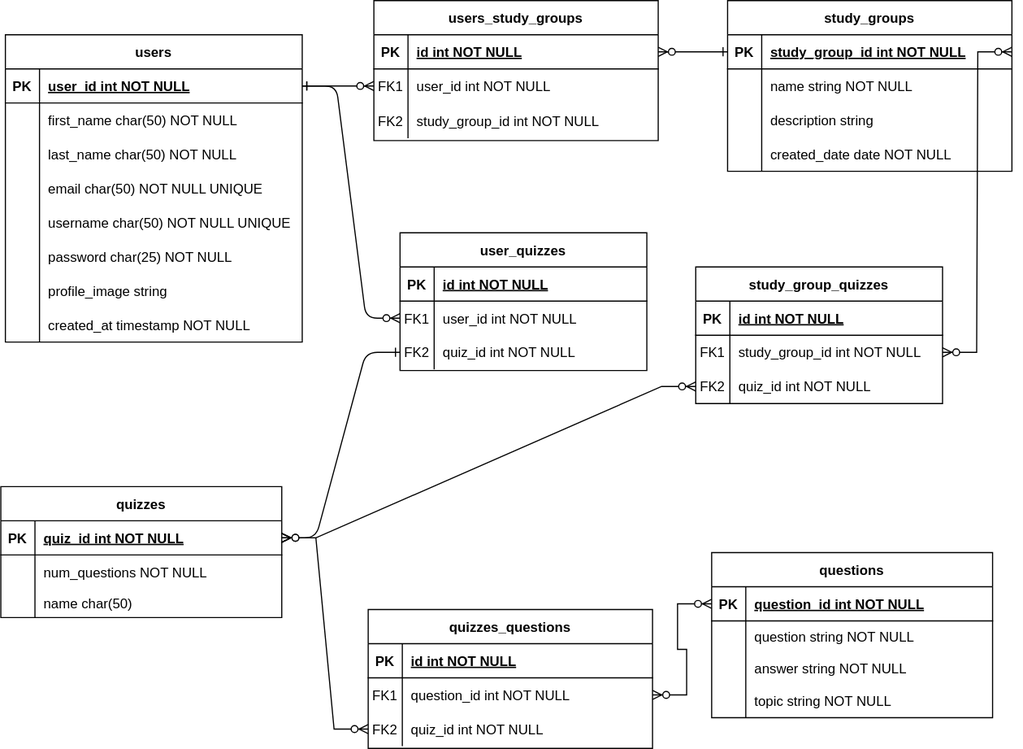
rnbrietzke10/coding-quiz-app keeps this draw.io diagram as Quiz_app_schema.drawio.svg. Above is the earlier version. Source tidied: cells renumbered, new cells last; positions are measured from the earlier drawing's top-left corner, leaving out a move shared by most shapes.
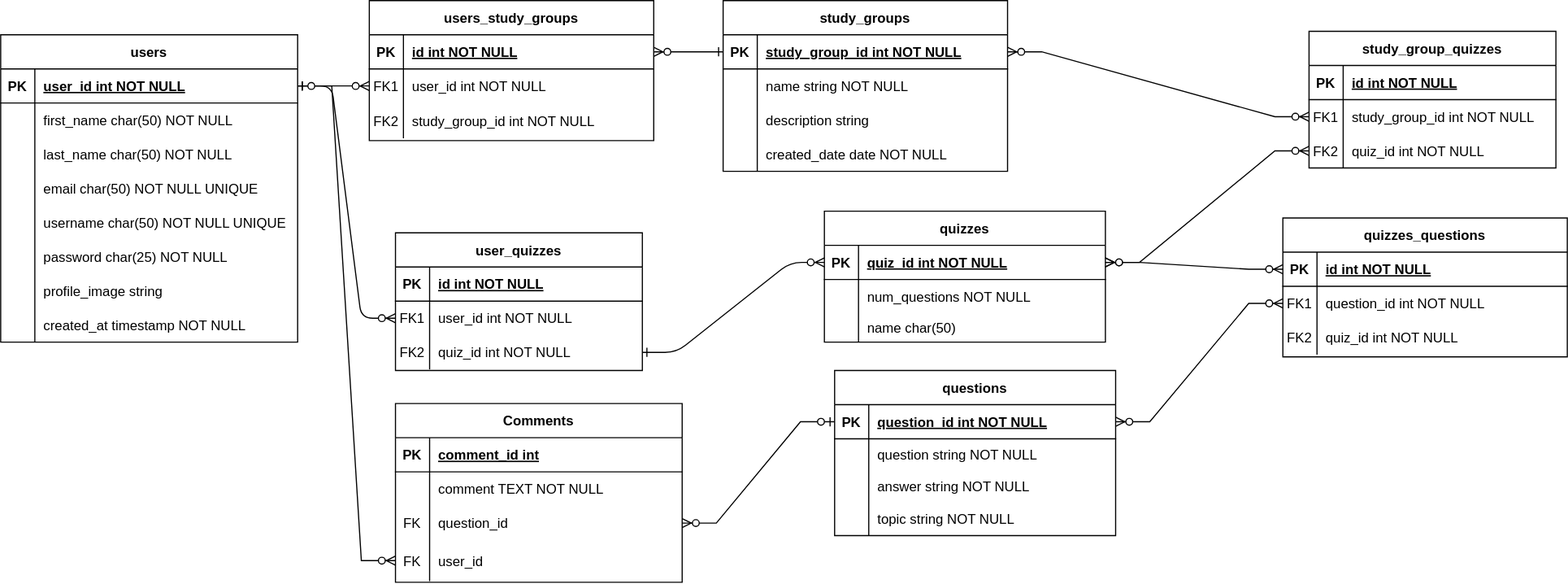
The same diagram one commit later.

Commit message:
update schema design to have a comments table and add QuizAPI links in README.md file

What changed in the source:
```diff
@@ -153,7 +153,7 @@
       <mxGeometry x="30" width="231" height="30" as="geometry" />
     </mxCell>
     <mxCell id="52" value="quizzes" style="shape=table;startSize=30;rowLines=0;fontStyle=1;align=center;" parent="1" vertex="1">
-      <mxGeometry y="427" width="247" height="115" as="geometry" />
+      <mxGeometry x="728" y="185" width="247" height="115" as="geometry" />
     </mxCell>
     <mxCell id="53" style="shape=tableRow;horizontal=0;startSize=0;swimlaneHead=0;swimlaneBody=0;fillColor=none;points=[[0,0.5],[1,0.5]];portConstraint=eastwest;top=0;left=0;right=0;bottom=1;" parent="52" vertex="1">
       <mxGeometry y="30" width="247" height="30" as="geometry" />
@@ -183,7 +183,7 @@
       <mxGeometry x="30" width="217" height="25" as="geometry" />
     </mxCell>
     <mxCell id="62" value="questions" style="shape=table;startSize=30;rowLines=0;fontStyle=1;align=center;" parent="1" vertex="1">
-      <mxGeometry x="625" y="485" width="247" height="145" as="geometry" />
+      <mxGeometry x="737" y="325" width="247" height="145" as="geometry" />
     </mxCell>
     <mxCell id="63" style="shape=tableRow;horizontal=0;startSize=0;swimlaneHead=0;swimlaneBody=0;fillColor=none;points=[[0,0.5],[1,0.5]];portConstraint=eastwest;top=0;left=0;right=0;bottom=1;" parent="62" vertex="1">
       <mxGeometry y="30" width="247" height="30" as="geometry" />
@@ -222,7 +222,7 @@
       <mxGeometry x="30" width="217" height="30" as="geometry" />
     </mxCell>
     <mxCell id="75" value="quizzes_questions" style="shape=table;startSize=30;rowLines=0;fontStyle=1;align=center;" parent="1" vertex="1">
-      <mxGeometry x="323" y="535" width="250" height="122" as="geometry" />
+      <mxGeometry x="1131" y="191" width="250" height="122" as="geometry" />
     </mxCell>
     <mxCell id="76" style="shape=tableRow;horizontal=0;startSize=0;swimlaneHead=0;swimlaneBody=0;fillColor=none;points=[[0,0.5],[1,0.5]];portConstraint=eastwest;top=0;left=0;right=0;bottom=1;" parent="75" vertex="1">
       <mxGeometry y="30" width="250" height="30" as="geometry" />
@@ -251,10 +251,10 @@
     <mxCell id="84" value="quiz_id int NOT NULL" style="shape=partialRectangle;fillColor=none;top=0;left=0;bottom=0;right=0;align=left;spacingLeft=6;overflow=hidden;" parent="82" vertex="1">
       <mxGeometry x="30" width="220" height="30" as="geometry" />
     </mxCell>
-    <mxCell id="85" style="edgeStyle=entityRelationEdgeStyle;fontSize=12;html=1;endArrow=ERzeroToMany;endFill=1;startArrow=ERzeroToMany;rounded=0;entryX=0;entryY=0.5;entryDx=0;entryDy=0;exitX=1;exitY=0.5;exitDx=0;exitDy=0;" parent="1" edge="1" source="53" target="82">
+    <mxCell id="85" style="edgeStyle=entityRelationEdgeStyle;fontSize=12;html=1;endArrow=ERzeroToMany;endFill=1;startArrow=ERzeroToMany;rounded=0;exitX=1;exitY=0.5;exitDx=0;exitDy=0;entryX=0;entryY=0.5;entryDx=0;entryDy=0;" parent="1" edge="1" source="53" target="76">
       <mxGeometry relative="1" as="geometry" />
     </mxCell>
-    <mxCell id="86" style="edgeStyle=entityRelationEdgeStyle;fontSize=12;html=1;endArrow=ERzeroToMany;endFill=1;startArrow=ERzeroToMany;rounded=0;exitX=1;exitY=0.5;exitDx=0;exitDy=0;" parent="1" edge="1" source="79" target="63">
+    <mxCell id="86" style="edgeStyle=entityRelationEdgeStyle;fontSize=12;html=1;endArrow=ERzeroToMany;endFill=1;startArrow=ERzeroToMany;rounded=0;exitX=0;exitY=0.5;exitDx=0;exitDy=0;" parent="1" edge="1" source="79" target="63">
       <mxGeometry relative="1" as="geometry" />
     </mxCell>
     <mxCell id="87" value="user_quizzes" style="shape=table;startSize=30;rowLines=0;fontStyle=1;align=center;" parent="1" vertex="1">
@@ -288,7 +288,7 @@
       <mxGeometry x="30" width="187" height="30" as="geometry" />
     </mxCell>
     <mxCell id="97" value="study_group_quizzes" style="shape=table;startSize=30;rowLines=0;fontStyle=1;align=center;" parent="1" vertex="1">
-      <mxGeometry x="611" y="234" width="217" height="120" as="geometry" />
+      <mxGeometry x="1154" y="27" width="217" height="120" as="geometry" />
     </mxCell>
     <mxCell id="98" style="shape=tableRow;horizontal=0;startSize=0;swimlaneHead=0;swimlaneBody=0;fillColor=none;top=0;left=0;right=0;bottom=1;" parent="97" vertex="1">
       <mxGeometry y="30" width="217" height="30" as="geometry" />
@@ -320,14 +320,59 @@
     <mxCell id="107" style="edgeStyle=entityRelationEdgeStyle;endArrow=ERzeroToMany;startArrow=ERone;endFill=1;startFill=0;exitX=1;exitY=0.5;exitDx=0;exitDy=0;entryX=0;entryY=0.5;entryDx=0;entryDy=0;" parent="1" edge="1" source="28" target="91">
       <mxGeometry relative="1" as="geometry" />
     </mxCell>
-    <mxCell id="108" style="edgeStyle=entityRelationEdgeStyle;endArrow=ERzeroToMany;startArrow=ERone;endFill=1;startFill=0;entryX=1;entryY=0.5;entryDx=0;entryDy=0;exitX=0;exitY=0.5;exitDx=0;exitDy=0;" parent="1" edge="1" source="94" target="53">
+    <mxCell id="108" style="edgeStyle=entityRelationEdgeStyle;endArrow=ERzeroToMany;startArrow=ERone;endFill=1;startFill=0;entryX=0;entryY=0.5;entryDx=0;entryDy=0;exitX=1;exitY=0.5;exitDx=0;exitDy=0;" parent="1" edge="1" source="94" target="53">
       <mxGeometry relative="1" as="geometry" />
     </mxCell>
     <mxCell id="109" style="edgeStyle=entityRelationEdgeStyle;fontSize=12;html=1;endArrow=ERzeroToMany;endFill=1;startArrow=ERzeroToMany;rounded=0;exitX=1;exitY=0.5;exitDx=0;exitDy=0;entryX=0;entryY=0.5;entryDx=0;entryDy=0;" parent="1" edge="1" source="53" target="104">
       <mxGeometry relative="1" as="geometry" />
     </mxCell>
-    <mxCell id="110" style="edgeStyle=entityRelationEdgeStyle;fontSize=12;html=1;endArrow=ERzeroToMany;endFill=1;startArrow=ERzeroToMany;rounded=0;entryX=1;entryY=0.5;entryDx=0;entryDy=0;exitX=1;exitY=0.5;exitDx=0;exitDy=0;" parent="1" edge="1" source="15" target="101">
+    <mxCell id="110" style="edgeStyle=entityRelationEdgeStyle;fontSize=12;html=1;endArrow=ERzeroToMany;endFill=1;startArrow=ERzeroToMany;rounded=0;entryX=0;entryY=0.5;entryDx=0;entryDy=0;exitX=1;exitY=0.5;exitDx=0;exitDy=0;" parent="1" edge="1" source="15" target="101">
       <mxGeometry relative="1" as="geometry" />
     </mxCell>
+    <mxCell id="111" value="Comments" style="shape=table;startSize=30;rowLines=0;fontStyle=1;align=center;" parent="1" vertex="1">
+      <mxGeometry x="351" y="354" width="252" height="157" as="geometry" />
+    </mxCell>
+    <mxCell id="112" style="shape=tableRow;horizontal=0;startSize=0;swimlaneHead=0;swimlaneBody=0;fillColor=none;top=0;left=0;right=0;bottom=1;" parent="111" vertex="1">
+      <mxGeometry y="30" width="252" height="30" as="geometry" />
+    </mxCell>
+    <mxCell id="113" value="PK" style="shape=partialRectangle;fillColor=none;top=0;left=0;bottom=0;right=0;fontStyle=1;overflow=hidden;" parent="112" vertex="1">
+      <mxGeometry width="30" height="30" as="geometry" />
+    </mxCell>
+    <mxCell id="114" value="comment_id int" style="shape=partialRectangle;fillColor=none;top=0;left=0;bottom=0;right=0;align=left;spacingLeft=6;fontStyle=5;overflow=hidden;" parent="112" vertex="1">
+      <mxGeometry x="30" width="222" height="30" as="geometry" />
+    </mxCell>
+    <mxCell id="115" style="shape=tableRow;horizontal=0;startSize=0;swimlaneHead=0;swimlaneBody=0;fillColor=none;top=0;left=0;right=0;bottom=0;" parent="111" vertex="1">
+      <mxGeometry y="60" width="252" height="30" as="geometry" />
+    </mxCell>
+    <mxCell id="116" style="shape=partialRectangle;fillColor=none;top=0;left=0;bottom=0;right=0;overflow=hidden;" parent="115" vertex="1">
+      <mxGeometry width="30" height="30" as="geometry" />
+    </mxCell>
+    <mxCell id="117" value="comment TEXT NOT NULL" style="shape=partialRectangle;fillColor=none;top=0;left=0;bottom=0;right=0;align=left;spacingLeft=6;overflow=hidden;" parent="115" vertex="1">
+      <mxGeometry x="30" width="222" height="30" as="geometry" />
+    </mxCell>
+    <mxCell id="118" style="shape=tableRow;horizontal=0;startSize=0;swimlaneHead=0;swimlaneBody=0;fillColor=none;points=[[0,0.5],[1,0.5]];portConstraint=eastwest;top=0;left=0;right=0;bottom=0;" parent="111" vertex="1">
+      <mxGeometry y="90" width="252" height="30" as="geometry" />
+    </mxCell>
+    <mxCell id="119" value="FK" style="shape=partialRectangle;fillColor=none;top=0;left=0;bottom=0;right=0;overflow=hidden;" parent="118" vertex="1">
+      <mxGeometry width="30" height="30" as="geometry" />
+    </mxCell>
+    <mxCell id="120" value="question_id" style="shape=partialRectangle;fillColor=none;top=0;left=0;bottom=0;right=0;align=left;spacingLeft=6;overflow=hidden;" parent="118" vertex="1">
+      <mxGeometry x="30" width="222" height="30" as="geometry" />
+    </mxCell>
+    <mxCell id="121" style="shape=tableRow;horizontal=0;startSize=0;swimlaneHead=0;swimlaneBody=0;fillColor=none;points=[[0,0.5],[1,0.5]];portConstraint=eastwest;top=0;left=0;right=0;bottom=0;" parent="111" vertex="1">
+      <mxGeometry y="120" width="252" height="36" as="geometry" />
+    </mxCell>
+    <mxCell id="122" value="FK" style="shape=partialRectangle;fillColor=none;top=0;left=0;bottom=0;right=0;overflow=hidden;" parent="121" vertex="1">
+      <mxGeometry width="30" height="36" as="geometry" />
+    </mxCell>
+    <mxCell id="123" value="user_id" style="shape=partialRectangle;fillColor=none;top=0;left=0;bottom=0;right=0;align=left;spacingLeft=6;overflow=hidden;" parent="121" vertex="1">
+      <mxGeometry x="30" width="222" height="36" as="geometry" />
+    </mxCell>
+    <mxCell id="124" style="edgeStyle=entityRelationEdgeStyle;fontSize=12;html=1;endArrow=ERzeroToMany;startArrow=ERzeroToOne;rounded=0;entryX=1;entryY=0.5;entryDx=0;entryDy=0;exitX=0;exitY=0.5;exitDx=0;exitDy=0;" parent="1" edge="1" source="63" target="118">
+      <mxGeometry relative="1" as="geometry" />
+    </mxCell>
+    <mxCell id="125" style="edgeStyle=entityRelationEdgeStyle;fontSize=12;html=1;endArrow=ERzeroToMany;startArrow=ERzeroToOne;rounded=0;entryX=0;entryY=0.5;entryDx=0;entryDy=0;" parent="1" edge="1" source="28" target="121">
+      <mxGeometry relative="1" as="geometry" />
+    </mxCell>
   </root>
 </mxGraphModel>
```
